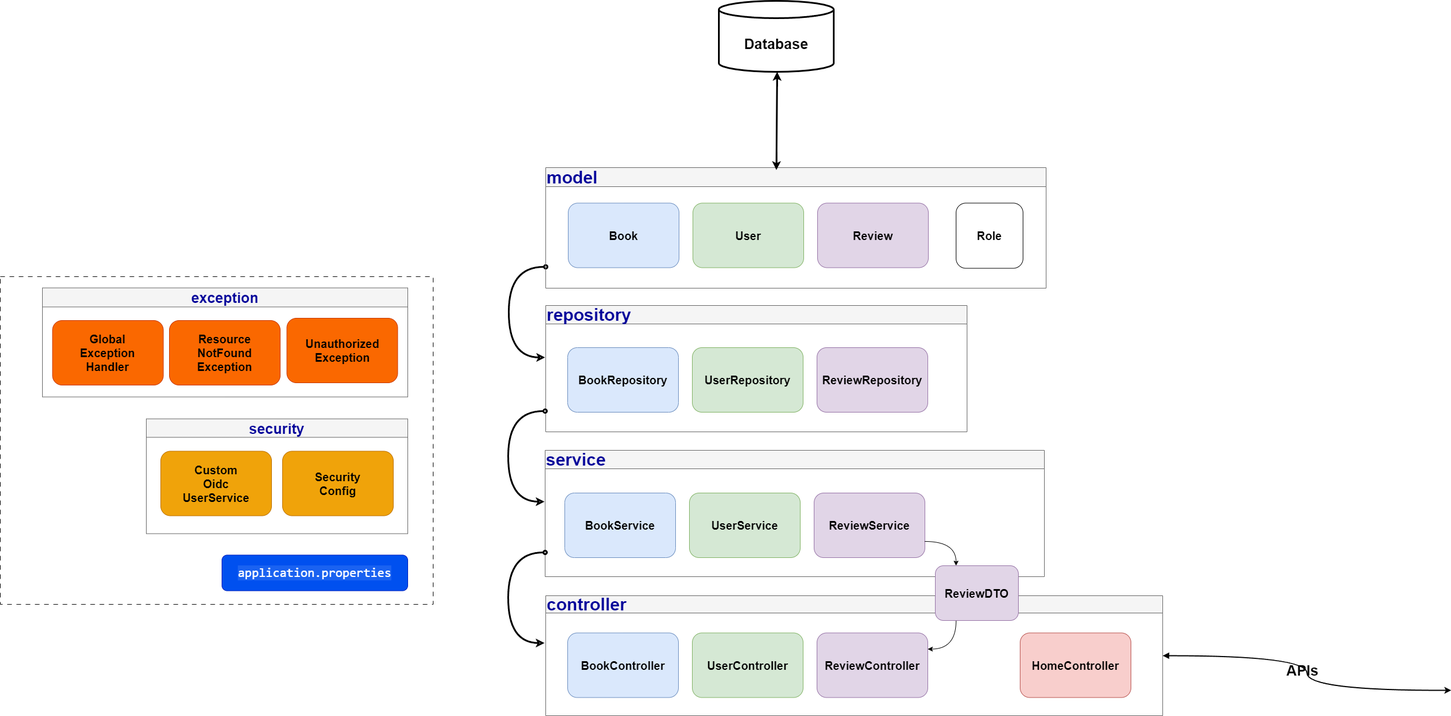
The draw.io diagram backend/src/main/resources/Components Diagram.drawio.png in tathienbao/Backend-BookReview, before a commit. Source tidied: cells renumbered, new cells last; positions are measured from the earlier drawing's top-left corner, leaving out a move shared by most shapes.
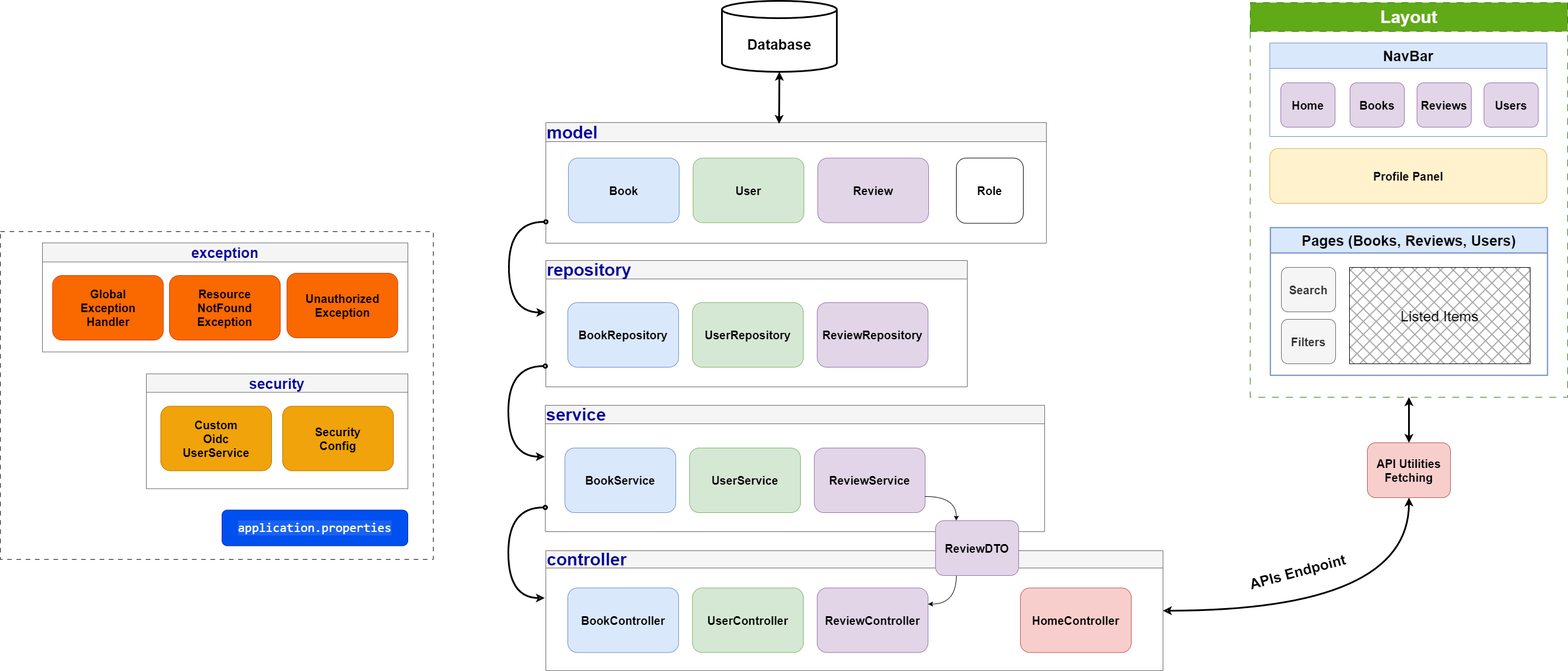
Later version of the same file.

What changed in the source:
```diff
@@ -2,11 +2,9 @@
   <root>
     <mxCell id="0" />
     <mxCell id="1" parent="0" />
-    <mxCell id="2" style="edgeStyle=orthogonalEdgeStyle;curved=1;rounded=0;jettySize=auto;html=1;startArrow=block;startFill=1;strokeWidth=2;" parent="1" edge="1" source="3">
-      <mxGeometry relative="1" as="geometry">
-        <mxPoint x="2514" y="1195" as="targetPoint" />
-      </mxGeometry>
-    </mxCell>
+    <mxCell id="40" style="edgeStyle=orthogonalEdgeStyle;curved=1;rounded=0;jettySize=auto;html=1;exitX=1;exitY=0.5;exitDx=0;exitDy=0;startArrow=classic;startFill=0;strokeWidth=3;entryX=0.5;entryY=1;entryDx=0;entryDy=0;" parent="1" edge="1" source="3" target="41">
+      <mxGeometry relative="1" as="geometry" />
+    </mxCell>
     <mxCell id="3" value="&lt;font color=&quot;#000099&quot; style=&quot;font-size: 30px;&quot;&gt;controller&lt;/font&gt;" style="swimlane;whiteSpace=wrap;html=1;startSize=30;align=left;fillColor=#f5f5f5;fontColor=#333333;strokeColor=#666666;" parent="1" vertex="1">
       <mxGeometry x="945" y="1031" width="1069" height="208" as="geometry" />
     </mxCell>
@@ -72,12 +70,10 @@
       <mxGeometry x="711" y="61.5" width="116" height="113" as="geometry" />
     </mxCell>
     <mxCell id="22" value="&lt;font style=&quot;font-size: 25px;&quot;&gt;&lt;b&gt;Database&lt;/b&gt;&lt;/font&gt;" style="shape=cylinder3;whiteSpace=wrap;html=1;boundedLbl=1;backgroundOutline=1;size=15;strokeWidth=3;" parent="1" vertex="1">
-      <mxGeometry x="1245" width="199" height="123" as="geometry" />
+      <mxGeometry x="1250" y="78" width="199" height="123" as="geometry" />
     </mxCell>
-    <mxCell id="23" style="endArrow=classic;startArrow=classic;html=1;rounded=0;curved=1;exitX=0.461;exitY=0.02;exitDx=0;exitDy=0;exitPerimeter=0;strokeWidth=3;" parent="1" edge="1" source="17">
-      <mxGeometry relative="1" as="geometry">
-        <mxPoint x="1346" y="123" as="targetPoint" />
-      </mxGeometry>
+    <mxCell id="23" style="endArrow=classic;startArrow=classic;html=1;rounded=0;curved=1;strokeWidth=3;entryX=0.5;entryY=1;entryDx=0;entryDy=0;entryPerimeter=0;exitX=0.466;exitY=0.01;exitDx=0;exitDy=0;exitPerimeter=0;" parent="1" edge="1" source="17" target="22">
+      <mxGeometry relative="1" as="geometry" />
     </mxCell>
     <mxCell id="24" style="group;" parent="1" vertex="1">
       <mxGeometry y="478" width="750" height="568" as="geometry" />
@@ -109,8 +105,8 @@
     <mxCell id="33" value="&lt;div style=&quot;font-size: 22px;&quot;&gt;&lt;span style=&quot;font-family: Consolas, &amp;quot;Courier New&amp;quot;, monospace; text-align: start; background-color: rgba(255, 255, 255, 0.1); font-size: 22px;&quot;&gt;application.properties&lt;/span&gt;&lt;br style=&quot;font-size: 22px;&quot;&gt;&lt;/div&gt;" style="rounded=1;whiteSpace=wrap;html=1;fillColor=#0050ef;strokeColor=#001DBC;fontColor=#ffffff;fontSize=22;" parent="24" vertex="1">
       <mxGeometry x="384" y="482.5" width="322" height="62" as="geometry" />
     </mxCell>
-    <mxCell id="34" value="&lt;font style=&quot;font-size: 25px;&quot;&gt;&lt;b&gt;APIs&lt;/b&gt;&lt;/font&gt;" style="text;html=1;align=center;verticalAlign=middle;strokeColor=none;fillColor=none;" parent="1" vertex="1">
-      <mxGeometry x="2219" y="1139" width="74" height="42" as="geometry" />
+    <mxCell id="34" value="&lt;font style=&quot;font-size: 25px;&quot;&gt;&lt;b&gt;APIs Endpoint&lt;/b&gt;&lt;/font&gt;" style="text;html=1;align=center;verticalAlign=middle;strokeColor=none;fillColor=none;rotation=-15;" parent="1" vertex="1">
+      <mxGeometry x="2152" y="1046" width="189" height="42" as="geometry" />
     </mxCell>
     <mxCell id="35" style="edgeStyle=orthogonalEdgeStyle;curved=1;rounded=0;jettySize=auto;html=1;exitX=0.25;exitY=1;exitDx=0;exitDy=0;entryX=1;entryY=0.25;entryDx=0;entryDy=0;" parent="1" edge="1" source="36" target="5">
       <mxGeometry relative="1" as="geometry" />
@@ -141,5 +137,44 @@
         </Array>
       </mxGeometry>
     </mxCell>
+    <mxCell id="41" value="&lt;font style=&quot;font-size: 20px;&quot;&gt;&lt;b&gt;API&amp;nbsp;Utilities&lt;/b&gt;&lt;/font&gt;&lt;div&gt;&lt;span style=&quot;font-size: 20px; background-color: initial;&quot;&gt;&lt;b&gt;Fetching&lt;/b&gt;&lt;/span&gt;&lt;/div&gt;" style="rounded=1;whiteSpace=wrap;html=1;fillColor=#f8cecc;strokeColor=#b85450;" parent="1" vertex="1">
+      <mxGeometry x="2368" y="844" width="144" height="95" as="geometry" />
+    </mxCell>
+    <mxCell id="42" value="&lt;font style=&quot;font-size: 30px;&quot;&gt;Layout&lt;/font&gt;" style="swimlane;whiteSpace=wrap;html=1;startSize=50;fillColor=#60a917;strokeColor=#2D7600;dashed=1;dashPattern=12 12;fontColor=#ffffff;" parent="1" vertex="1">
+      <mxGeometry x="2165" y="81" width="550" height="684" as="geometry" />
+    </mxCell>
+    <mxCell id="43" value="&lt;font style=&quot;font-size: 25px;&quot;&gt;NavBar&lt;/font&gt;" style="swimlane;whiteSpace=wrap;html=1;startSize=44;fillColor=#dae8fc;strokeColor=#6c8ebf;" parent="42" vertex="1">
+      <mxGeometry x="34" y="70" width="480" height="162" as="geometry" />
+    </mxCell>
+    <mxCell id="44" value="&lt;div&gt;&lt;span style=&quot;font-size: 20px; font-weight: 700;&quot;&gt;Home&lt;/span&gt;&lt;br&gt;&lt;/div&gt;" style="rounded=1;whiteSpace=wrap;html=1;fillColor=#e1d5e7;strokeColor=#9673a6;" parent="43" vertex="1">
+      <mxGeometry x="19" y="69" width="94" height="77" as="geometry" />
+    </mxCell>
+    <mxCell id="45" value="&lt;div&gt;&lt;span style=&quot;font-size: 20px; font-weight: 700;&quot;&gt;Books&lt;/span&gt;&lt;br&gt;&lt;/div&gt;" style="rounded=1;whiteSpace=wrap;html=1;fillColor=#e1d5e7;strokeColor=#9673a6;" parent="43" vertex="1">
+      <mxGeometry x="139" y="69" width="94" height="77" as="geometry" />
+    </mxCell>
+    <mxCell id="46" value="&lt;div&gt;&lt;span style=&quot;font-size: 20px; font-weight: 700;&quot;&gt;Reviews&lt;/span&gt;&lt;br&gt;&lt;/div&gt;" style="rounded=1;whiteSpace=wrap;html=1;fillColor=#e1d5e7;strokeColor=#9673a6;" parent="43" vertex="1">
+      <mxGeometry x="255" y="69" width="94" height="77" as="geometry" />
+    </mxCell>
+    <mxCell id="47" value="&lt;span style=&quot;font-size: 20px;&quot;&gt;&lt;b&gt;Users&lt;/b&gt;&lt;/span&gt;" style="rounded=1;whiteSpace=wrap;html=1;fillColor=#e1d5e7;strokeColor=#9673a6;" parent="43" vertex="1">
+      <mxGeometry x="371" y="69" width="94" height="77" as="geometry" />
+    </mxCell>
+    <mxCell id="48" value="&lt;span style=&quot;font-size: 20px;&quot;&gt;&lt;b&gt;Profile Panel&lt;/b&gt;&lt;/span&gt;" style="rounded=1;whiteSpace=wrap;html=1;fillColor=#fff2cc;strokeColor=#d6b656;" parent="42" vertex="1">
+      <mxGeometry x="34" y="253" width="480" height="95" as="geometry" />
+    </mxCell>
+    <mxCell id="49" value="&lt;font style=&quot;font-size: 25px;&quot;&gt;Pages (Books, Reviews, Users)&lt;/font&gt;" style="swimlane;whiteSpace=wrap;html=1;startSize=44;fillColor=#dae8fc;strokeColor=#6c8ebf;strokeWidth=2;" parent="42" vertex="1">
+      <mxGeometry x="35" y="390" width="480" height="256" as="geometry" />
+    </mxCell>
+    <mxCell id="50" value="&lt;div&gt;&lt;span style=&quot;font-size: 20px; font-weight: 700;&quot;&gt;Search&lt;/span&gt;&lt;/div&gt;" style="rounded=1;whiteSpace=wrap;html=1;fillColor=#f5f5f5;strokeColor=#666666;fontColor=#333333;" parent="49" vertex="1">
+      <mxGeometry x="19" y="69" width="94" height="77" as="geometry" />
+    </mxCell>
+    <mxCell id="51" value="&lt;div&gt;&lt;span style=&quot;font-size: 20px; font-weight: 700;&quot;&gt;Filters&lt;/span&gt;&lt;br&gt;&lt;/div&gt;" style="rounded=1;whiteSpace=wrap;html=1;fillColor=#f5f5f5;strokeColor=#666666;fontColor=#333333;" parent="49" vertex="1">
+      <mxGeometry x="19" y="159" width="94" height="77" as="geometry" />
+    </mxCell>
+    <mxCell id="52" value="&lt;font style=&quot;font-size: 25px;&quot;&gt;&lt;font style=&quot;font-size: 25px;&quot;&gt;Listed&lt;/font&gt; Items&lt;/font&gt;" style="rounded=0;whiteSpace=wrap;html=1;fillStyle=cross-hatch;fillColor=#000000;" parent="49" vertex="1">
+      <mxGeometry x="137" y="69" width="313" height="167" as="geometry" />
+    </mxCell>
+    <mxCell id="53" style="endArrow=classic;startArrow=classic;html=1;rounded=0;curved=1;exitX=0.5;exitY=0;exitDx=0;exitDy=0;entryX=0.5;entryY=1;entryDx=0;entryDy=0;strokeWidth=3;" parent="1" edge="1" source="41" target="42">
+      <mxGeometry relative="1" as="geometry" />
+    </mxCell>
   </root>
 </mxGraphModel>
```
